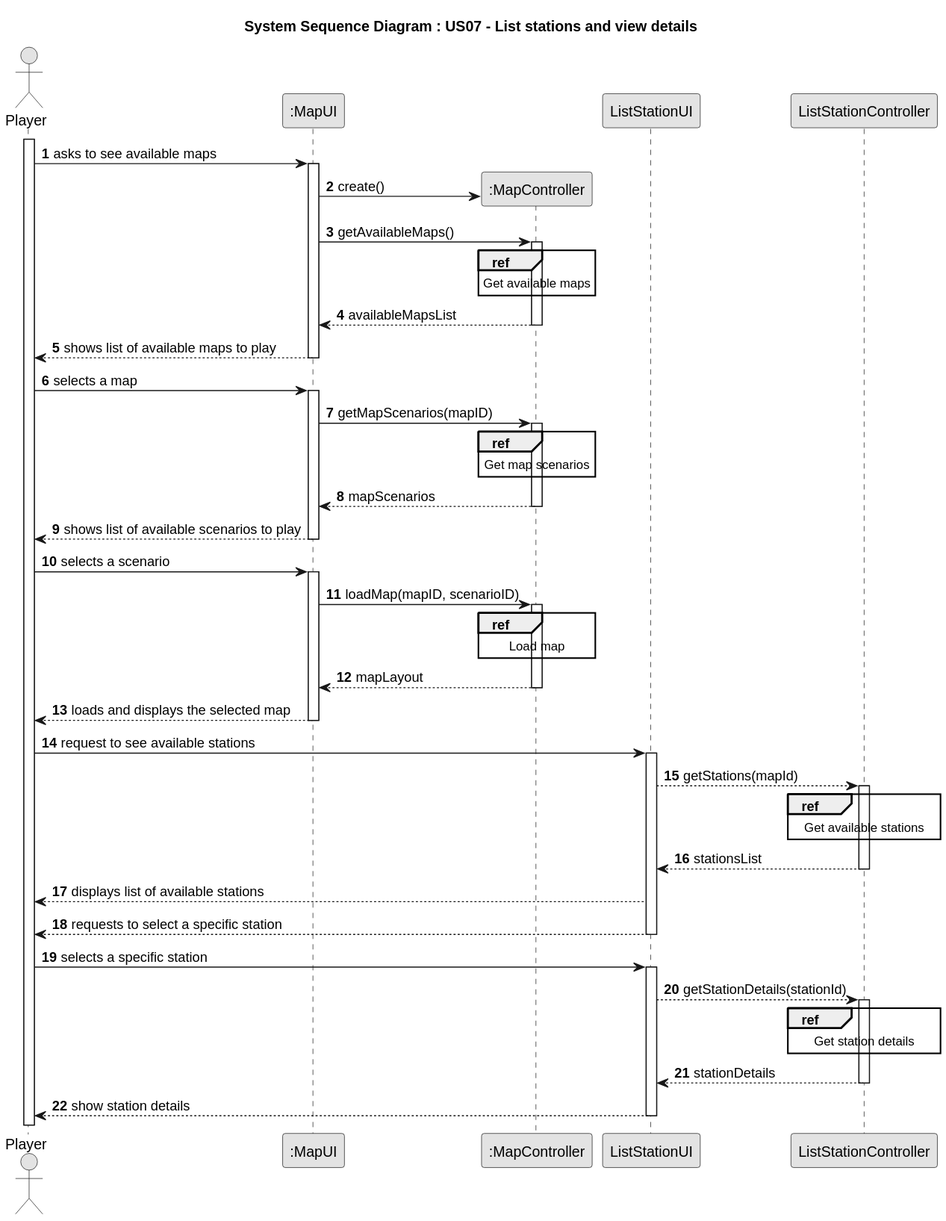
Before: docs/system-documentation/Sprint 3/US07/03.design/svg/US07-SD-split.svg, a diagram exported from PlantUML (HenriqueSilva18/Railway-Network-Simulator).
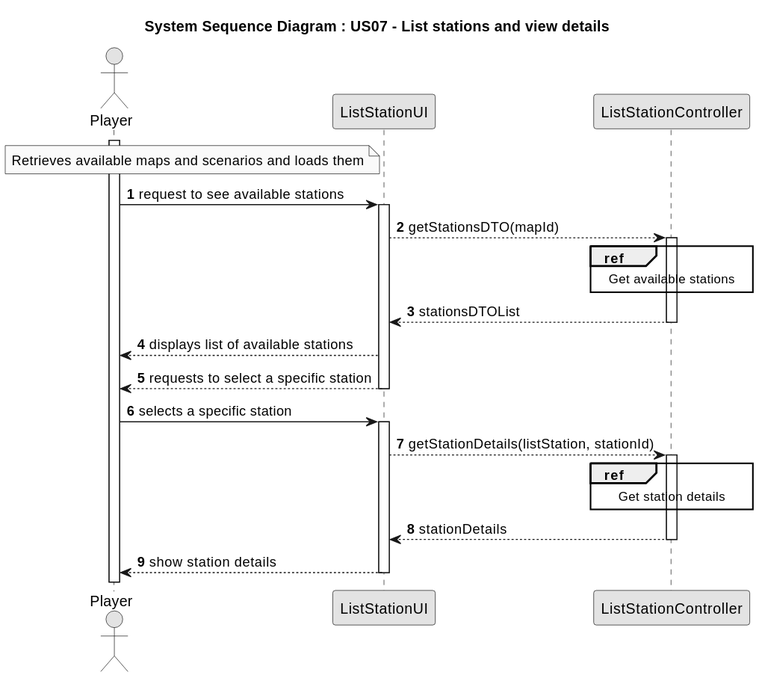
The same file after the commit.

The edit, as a diff of the source:
```diff
@@ -7,61 +7,29 @@
 title System Sequence Diagram : US07 - List stations and view details
 
 actor "Player" as Player
-participant ":MapUI" as mapUI
-participant ":MapController" as mapCTRL
 participant ListStationUI
 participant ListStationController
 
 
+
+
 activate Player
 
-    Player -> mapUI: asks to see available maps
-        activate mapUI
-        mapUI -> mapCTRL**: create()
-        mapUI -> mapCTRL: getAvailableMaps()
-            activate mapCTRL
-                ref over mapCTRL
-                    Get available maps
-                end
-            mapCTRL --> mapUI: availableMapsList
-            deactivate mapCTRL
-        mapUI --> Player: shows list of available maps to play
-        deactivate mapUI
 
-    Player -> mapUI: selects a map
-        activate mapUI
-        mapUI -> mapCTRL: getMapScenarios(mapID)
-            activate mapCTRL
-                ref over mapCTRL
-                    Get map scenarios
-                end
-            mapCTRL --> mapUI: mapScenarios
-            deactivate mapCTRL
-        mapUI --> Player: shows list of available scenarios to play
-        deactivate mapUI
-    Player -> mapUI: selects a scenario
-
-        activate mapUI
-        mapUI -> mapCTRL: loadMap(mapID, scenarioID)
-            activate mapCTRL
-                ref over mapCTRL
-                    Load map
-                end
-            mapCTRL --> mapUI: mapLayout
-            deactivate mapCTRL
-        mapUI --> Player: loads and displays the selected map
-        deactivate mapUI
+note left of ListStationUI
+    Retrieves available maps and scenarios and loads them
+end note
 
 Player -> ListStationUI : request to see available stations
         activate ListStationUI
-        ListStationUI --> ListStationController: getStations(mapId)
+        ListStationUI --> ListStationController: getStationsDTO(mapId)
         activate ListStationController
 
         ref over ListStationController
         Get available stations
         end
 
-        ListStationController --> ListStationUI: stationsList
+        ListStationController --> ListStationUI: stationsDTOList
         deactivate ListStationController
 
         ListStationUI --> Player : displays list of available stations
@@ -70,7 +38,7 @@
 
 Player -> ListStationUI : selects a specific station
         activate ListStationUI
-        ListStationUI --> ListStationController: getStationDetails(stationId)
+        ListStationUI --> ListStationController: getStationDetails(listStation, stationId)
         activate ListStationController
 
         ref over ListStationController
```
